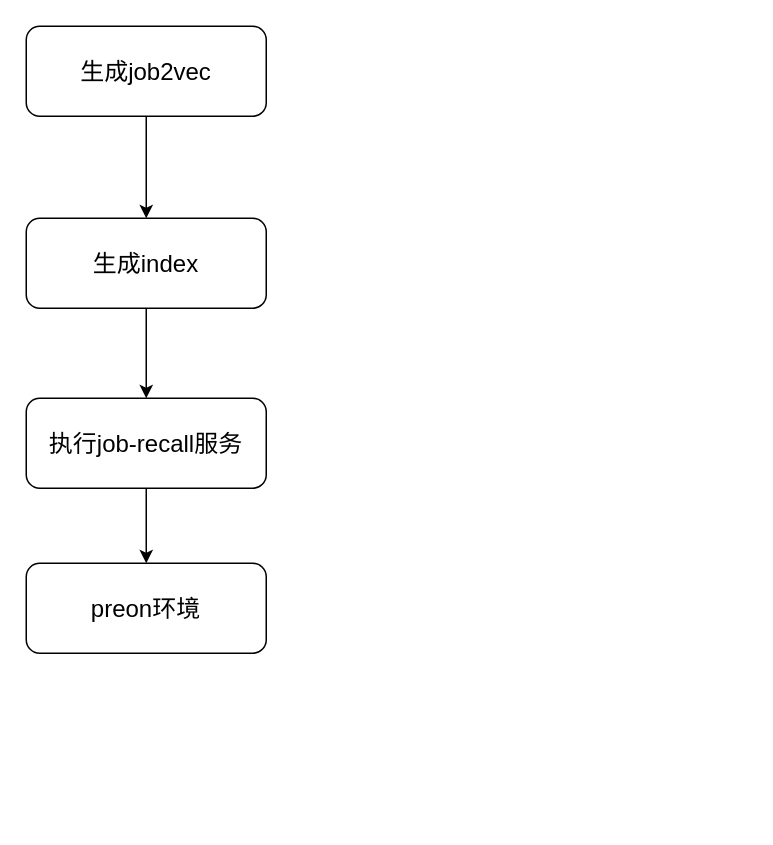
JKwithoutQ/DaC keeps this draw.io diagram as 未命名绘图.drawio. Above is the earlier version. Source tidied: cells renumbered, new cells numbered last; positions are measured from the earlier drawing's top-left corner, leaving out a move shared by most shapes. Both pictures are drawn from the tidied source at 150%, with x=0, y=0 at pixel (26, 26).
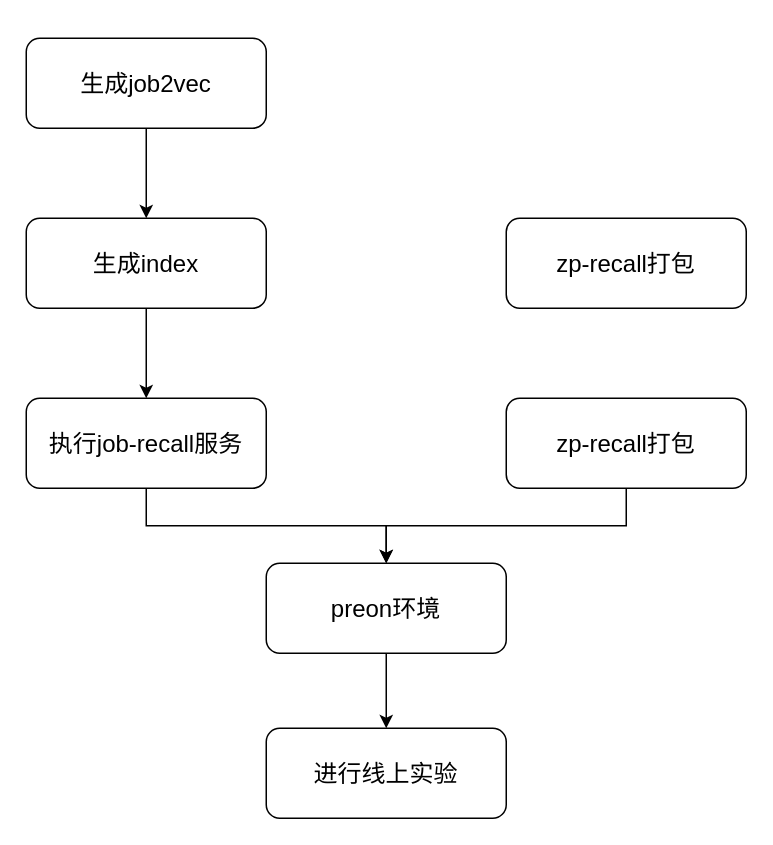
The same diagram, later.

Commit message:
更新未命名绘图.drawio

The edit, as a diff of the source:
```diff
@@
 <mxGraphModel>
   <root>
     <mxCell id="0" />
     <mxCell id="1" parent="0" />
     <mxCell id="2" style="edgeStyle=orthogonalEdgeStyle;rounded=0;jettySize=auto;html=1;" parent="1" edge="1" source="3" target="5">
       <mxGeometry relative="1" as="geometry" />
     </mxCell>
     <mxCell id="3" value="&lt;font style=&quot;font-size: 16px;&quot;&gt;生成job2vec&lt;/font&gt;" style="rounded=1;whiteSpace=wrap;html=1;" parent="1" vertex="1">
-      <mxGeometry width="160" height="60" as="geometry" />
+      <mxGeometry y="8" width="160" height="60" as="geometry" />
     </mxCell>
     <mxCell id="4" style="edgeStyle=orthogonalEdgeStyle;rounded=0;jettySize=auto;html=1;" parent="1" edge="1" source="5" target="7">
       <mxGeometry relative="1" as="geometry" />
     </mxCell>
     <mxCell id="5" value="&lt;font style=&quot;font-size: 16px;&quot;&gt;生成index&lt;/font&gt;" style="rounded=1;whiteSpace=wrap;html=1;" parent="1" vertex="1">
       <mxGeometry y="128" width="160" height="60" as="geometry" />
     </mxCell>
     <mxCell id="6" style="edgeStyle=orthogonalEdgeStyle;rounded=0;jettySize=auto;html=1;" parent="1" edge="1" source="7" target="8">
       <mxGeometry relative="1" as="geometry" />
     </mxCell>
     <mxCell id="7" value="&lt;font style=&quot;font-size: 16px;&quot;&gt;执行job-recall服务&lt;/font&gt;" style="whiteSpace=wrap;html=1;rounded=1;" parent="1" vertex="1">
       <mxGeometry y="248" width="160" height="60" as="geometry" />
     </mxCell>
+    <mxCell id="9" style="edgeStyle=orthogonalEdgeStyle;rounded=0;jettySize=auto;html=1;" parent="1" edge="1" source="8" target="10">
+      <mxGeometry relative="1" as="geometry" />
+    </mxCell>
     <mxCell id="8" value="&lt;font style=&quot;font-size: 16px;&quot;&gt;preon环境&lt;/font&gt;" style="whiteSpace=wrap;html=1;rounded=1;" parent="1" vertex="1">
-      <mxGeometry y="358" width="160" height="60" as="geometry" />
+      <mxGeometry x="160" y="358" width="160" height="60" as="geometry" />
     </mxCell>
+    <mxCell id="10" value="&lt;font style=&quot;font-size: 16px;&quot;&gt;进行线上实验&lt;/font&gt;" style="whiteSpace=wrap;html=1;rounded=1;" parent="1" vertex="1">
+      <mxGeometry x="160" y="468" width="160" height="60" as="geometry" />
+    </mxCell>
+    <mxCell id="11" style="edgeStyle=orthogonalEdgeStyle;rounded=0;jettySize=auto;html=1;entryX=0.5;entryY=0;entryDx=0;entryDy=0;" parent="1" edge="1" source="12" target="8">
+      <mxGeometry relative="1" as="geometry" />
+    </mxCell>
+    <mxCell id="12" value="&lt;font style=&quot;font-size: 16px;&quot;&gt;zp-recall打包&lt;/font&gt;" style="rounded=1;whiteSpace=wrap;html=1;" parent="1" vertex="1">
+      <mxGeometry x="320" y="248" width="160" height="60" as="geometry" />
+    </mxCell>
+    <mxCell id="13" value="&lt;font style=&quot;font-size: 16px;&quot;&gt;zp-recall打包&lt;/font&gt;" style="rounded=1;whiteSpace=wrap;html=1;" parent="1" vertex="1">
+      <mxGeometry x="320" y="128" width="160" height="60" as="geometry" />
+    </mxCell>
   </root>
 </mxGraphModel>
```
